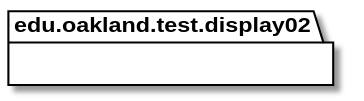
Before: docs/uml-class-diagrams/display02/test/Display02TestPackage.svg, a diagram exported from PlantUML (elilley15/csi-3370-software-project). Source of this version:
```plantuml
@startuml Display02TestPackage

package edu.oakland.test.display02 {

}

@enduml
```
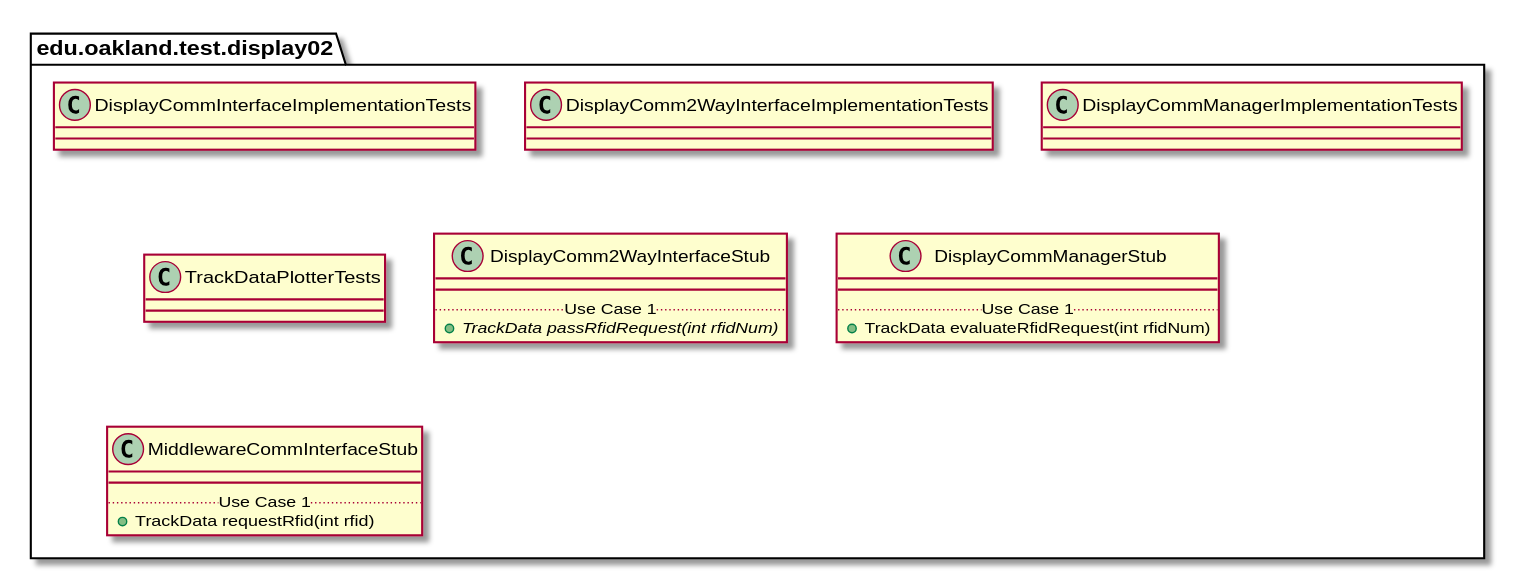
The same file after the commit.

The edit, as a diff of the source:
```diff
@@ -4,4 +4,60 @@
 
 }
 
+
+package edu.oakland.test.display02 {
+    class DisplayCommInterfaceImplementationTests {
+
+    }
+}
+
+
+package edu.oakland.test.display02 {
+    class DisplayComm2WayInterfaceImplementationTests {
+
+    }
+}
+
+
+package edu.oakland.test.display02 {
+    class DisplayCommManagerImplementationTests {
+
+    }
+}
+
+
+package edu.oakland.test.display02 {
+    class TrackDataPlotterTests {
+
+    }
+}
+
+
+package edu.oakland.test.display02 {
+    class DisplayComm2WayInterfaceStub {
+        __
+        .. Use Case 1 ..
+        {abstract} + TrackData passRfidRequest(int rfidNum)
+    }
+}
+
+
+package edu.oakland.test.display02 {
+    class DisplayCommManagerStub {
+        __
+        .. Use Case 1 ..
+        + TrackData evaluateRfidRequest(int rfidNum)
+    }
+}
+
+
+package edu.oakland.test.display02 {
+    class MiddlewareCommInterfaceStub {
+        __
+        .. Use Case 1 ..
+        + TrackData requestRfid(int rfid)
+    }
+}
+
+
 @enduml
```
